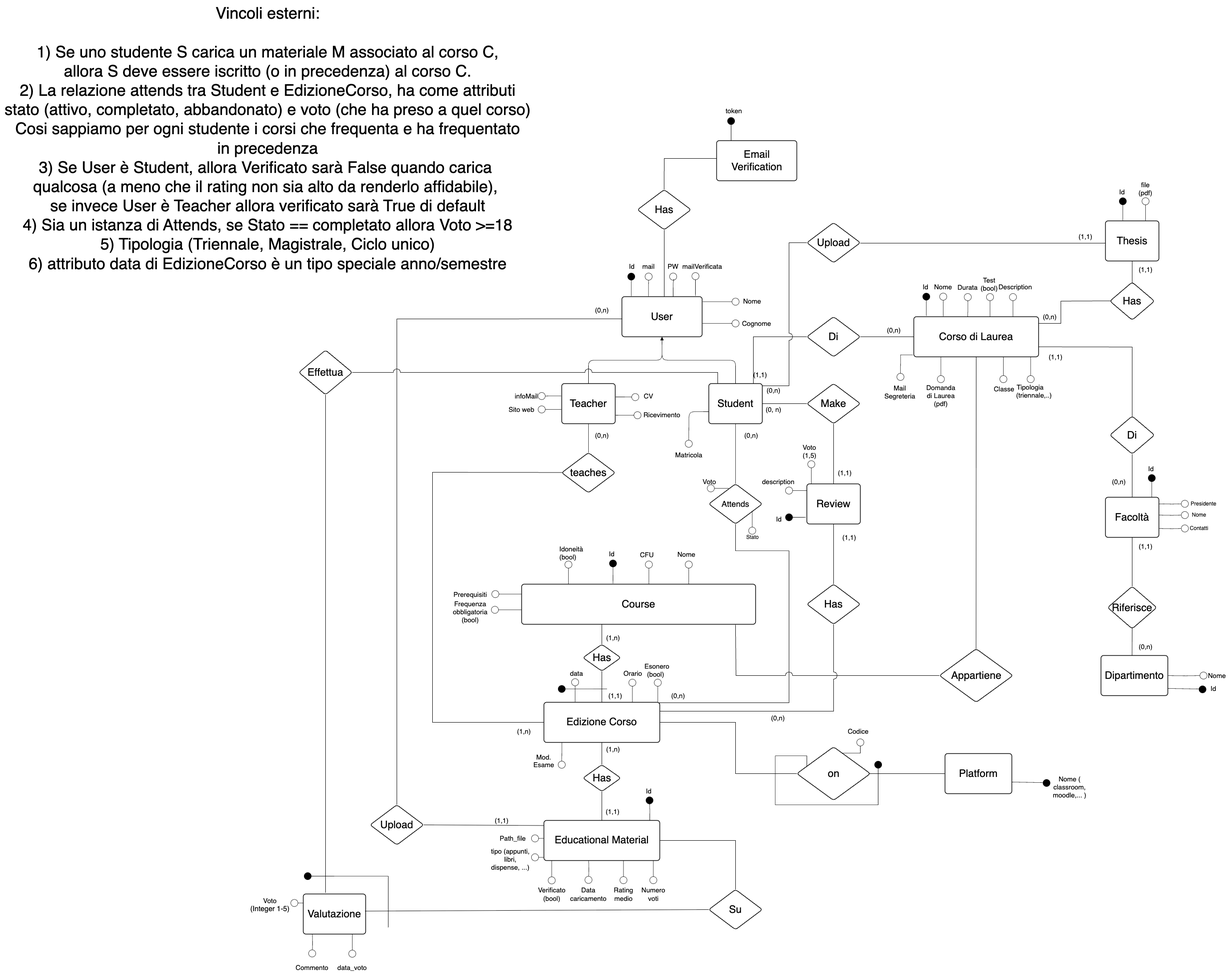
Above: db/ER_FAQBuddy.drawio.png in prollyyes/faqbuddy (draw.io), before the change. Source tidied: cells renumbered, new cells last; positions are measured from the earlier drawing's top-left corner, leaving out a move shared by most shapes.
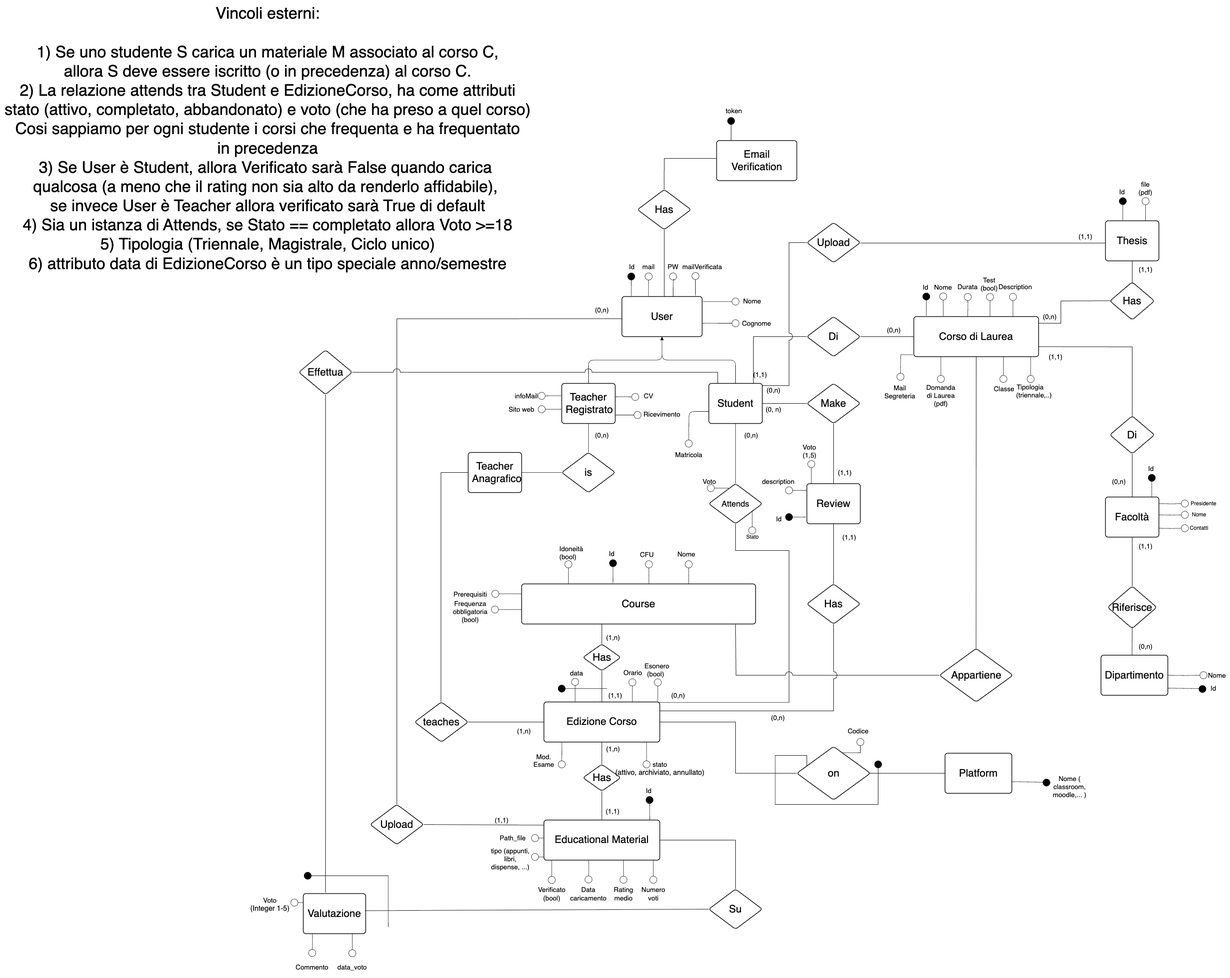
The same file after the commit.

Commit message:
dati per ingegneria informatica + piccolo fix allo schema.sql

The edit, as a diff of the source:
```diff
@@ -48,7 +48,7 @@
     <mxCell id="8" value="Cognome" style="html=1;overflow=block;blockSpacing=1;whiteSpace=wrap;fontSize=15;align=center;spacing=0;strokeOpacity=100;rounded=1;absoluteArcSize=1;arcSize=12;strokeWidth=1.5;lucidId=61bqCPiS.yc2;strokeColor=none;" parent="1" vertex="1">
       <mxGeometry x="1665" y="710" width="55" height="30" as="geometry" />
     </mxCell>
-    <mxCell id="9" value="Teacher" style="html=1;overflow=block;blockSpacing=1;whiteSpace=wrap;fontSize=23.3;align=center;spacing=9;strokeOpacity=100;rounded=1;absoluteArcSize=1;arcSize=12;strokeWidth=1.5;lucidId=B2bqgyWEktCp;" parent="1" vertex="1">
+    <mxCell id="9" value="Teacher&lt;div&gt;Registrato&lt;/div&gt;" style="html=1;overflow=block;blockSpacing=1;whiteSpace=wrap;fontSize=23.3;align=center;spacing=9;strokeOpacity=100;rounded=1;absoluteArcSize=1;arcSize=12;strokeWidth=1.5;lucidId=B2bqgyWEktCp;" parent="1" vertex="1">
       <mxGeometry x="1260" y="860" width="120" height="90" as="geometry" />
     </mxCell>
     <mxCell id="10" value="Student" style="html=1;overflow=block;blockSpacing=1;whiteSpace=wrap;fontSize=23.3;align=center;spacing=9;strokeOpacity=100;rounded=1;absoluteArcSize=1;arcSize=12;strokeWidth=1.5;lucidId=N2bqf.RZaE6p;" parent="1" vertex="1">
@@ -60,7 +60,7 @@
     <mxCell id="12" style="html=1;jettySize=18;whiteSpace=wrap;fontSize=13;strokeOpacity=100;strokeWidth=0.8;rounded=1;arcSize=24;edgeStyle=orthogonalEdgeStyle;startArrow=none;endArrow=block;endFill=1;exitX=0.5;exitY=0;exitPerimeter=0;entryX=0.5;entryY=1;entryPerimeter=0;lucidId=E3bqwIuqFvEn;" parent="1" edge="1" source="10" target="2">
       <mxGeometry relative="1" as="geometry" />
     </mxCell>
-    <mxCell id="13" value="teaches" style="html=1;overflow=block;blockSpacing=1;whiteSpace=wrap;rhombus;fontSize=23.3;align=center;spacing=3.8;strokeOpacity=100;rounded=1;absoluteArcSize=1;arcSize=12;strokeWidth=1.5;lucidId=X3bqe0jHOk10;" parent="1" vertex="1">
+    <mxCell id="13" value="is" style="html=1;overflow=block;blockSpacing=1;whiteSpace=wrap;rhombus;fontSize=23.3;align=center;spacing=3.8;strokeOpacity=100;rounded=1;absoluteArcSize=1;arcSize=12;strokeWidth=1.5;lucidId=X3bqe0jHOk10;" parent="1" vertex="1">
       <mxGeometry x="1260" y="1015" width="120" height="90" as="geometry" />
     </mxCell>
     <mxCell id="14" value="Attends" style="html=1;overflow=block;blockSpacing=1;whiteSpace=wrap;rhombus;fontSize=18.3;align=center;spacing=3.8;strokeOpacity=100;rounded=1;absoluteArcSize=1;arcSize=12;strokeWidth=1.5;lucidId=53bq0ZVWEKm7;" parent="1" vertex="1">
@@ -811,14 +811,6 @@
     <mxCell id="183" value="&lt;span style=&quot;font-size: 15px;&quot;&gt;data&lt;/span&gt;" style="text;html=1;align=center;verticalAlign=middle;strokeColor=none;fillColor=none;" parent="1" vertex="1">
       <mxGeometry x="1267.5" y="1495" width="50" height="30" as="geometry" />
     </mxCell>
-    <mxCell id="184" style="endArrow=none;html=1;rounded=0;exitX=0;exitY=0.5;exitDx=0;exitDy=0;entryX=0.023;entryY=0.494;entryDx=0;entryDy=0;entryPerimeter=0;" parent="1" edge="1" source="177" target="13">
-      <mxGeometry relative="1" as="geometry">
-        <Array as="points">
-          <mxPoint x="970" y="1620" />
-          <mxPoint x="970" y="1059" />
-        </Array>
-      </mxGeometry>
-    </mxCell>
     <mxCell id="185" value="&lt;font style=&quot;font-size: 15px;&quot;&gt;(1,n)&lt;/font&gt;" style="text;html=1;align=center;verticalAlign=middle;strokeColor=none;fillColor=none;" parent="1" vertex="1">
       <mxGeometry x="1150" y="1625" width="50" height="30" as="geometry" />
     </mxCell>
@@ -957,5 +949,34 @@
     <mxCell id="209" value="&lt;font style=&quot;font-size: 15px;&quot;&gt;token&lt;/font&gt;" style="text;html=1;align=center;verticalAlign=middle;strokeColor=none;fillColor=none;" parent="1" vertex="1">
       <mxGeometry x="1615.5" y="233" width="60" height="30" as="geometry" />
     </mxCell>
+    <mxCell id="210" value="Teacher&lt;div&gt;Anagrafico&lt;/div&gt;" style="html=1;overflow=block;blockSpacing=1;whiteSpace=wrap;fontSize=23.3;align=center;spacing=9;strokeOpacity=100;rounded=1;absoluteArcSize=1;arcSize=12;strokeWidth=1.5;lucidId=B2bqgyWEktCp;" parent="1" vertex="1">
+      <mxGeometry x="1050" y="1015" width="120" height="90" as="geometry" />
+    </mxCell>
+    <mxCell id="211" style="html=1;jettySize=18;whiteSpace=wrap;fontSize=13;strokeOpacity=100;strokeWidth=0.8;rounded=1;arcSize=24;edgeStyle=orthogonalEdgeStyle;startArrow=none;endArrow=none;exitX=1;exitY=0.5;entryX=0;entryY=0.5;lucidId=f7bqD7xEu74R;exitDx=0;exitDy=0;entryDx=0;entryDy=0;" parent="1" edge="1" source="210" target="13">
+      <mxGeometry relative="1" as="geometry" />
+    </mxCell>
+    <mxCell id="212" value="teaches" style="html=1;overflow=block;blockSpacing=1;whiteSpace=wrap;rhombus;fontSize=23.3;align=center;spacing=3.8;strokeOpacity=100;rounded=1;absoluteArcSize=1;arcSize=12;strokeWidth=1.5;lucidId=X3bqe0jHOk10;" parent="1" vertex="1">
+      <mxGeometry x="930" y="1575" width="120" height="90" as="geometry" />
+    </mxCell>
+    <mxCell id="213" style="endArrow=none;html=1;rounded=0;entryX=0;entryY=0.5;entryDx=0;entryDy=0;" parent="1" edge="1" target="210">
+      <mxGeometry relative="1" as="geometry">
+        <mxPoint x="989" y="1575" as="sourcePoint" />
+        <Array as="points">
+          <mxPoint x="989" y="1060" />
+        </Array>
+      </mxGeometry>
+    </mxCell>
+    <mxCell id="214" style="endArrow=none;html=1;rounded=0;entryX=1;entryY=0.5;entryDx=0;entryDy=0;exitX=0;exitY=0.5;exitDx=0;exitDy=0;" parent="1" edge="1" source="177" target="212">
+      <mxGeometry relative="1" as="geometry" />
+    </mxCell>
+    <mxCell id="215" style="html=1;jettySize=18;whiteSpace=wrap;fontSize=13;strokeOpacity=100;strokeWidth=0.8;rounded=1;arcSize=24;edgeStyle=orthogonalEdgeStyle;startArrow=none;endArrow=oval;endFill=0;endSize=16;lucidId=L_bq~gpx_9BA;exitX=0.155;exitY=0.996;exitDx=0;exitDy=0;exitPerimeter=0;" parent="1" edge="1">
+      <mxGeometry relative="1" as="geometry">
+        <mxPoint x="1450.3" y="1665" as="sourcePoint" />
+        <mxPoint x="1450.3" y="1715" as="targetPoint" />
+      </mxGeometry>
+    </mxCell>
+    <mxCell id="216" value="&lt;font style=&quot;font-size: 15px;&quot;&gt;stato&lt;/font&gt;&lt;div&gt;&lt;font size=&quot;3&quot;&gt;(attivo, archiviato, annullato)&lt;/font&gt;&lt;/div&gt;" style="text;html=1;align=center;verticalAlign=middle;strokeColor=none;fillColor=none;" parent="1" vertex="1">
+      <mxGeometry x="1370" y="1700" width="220" height="50" as="geometry" />
+    </mxCell>
   </root>
 </mxGraphModel>
```
